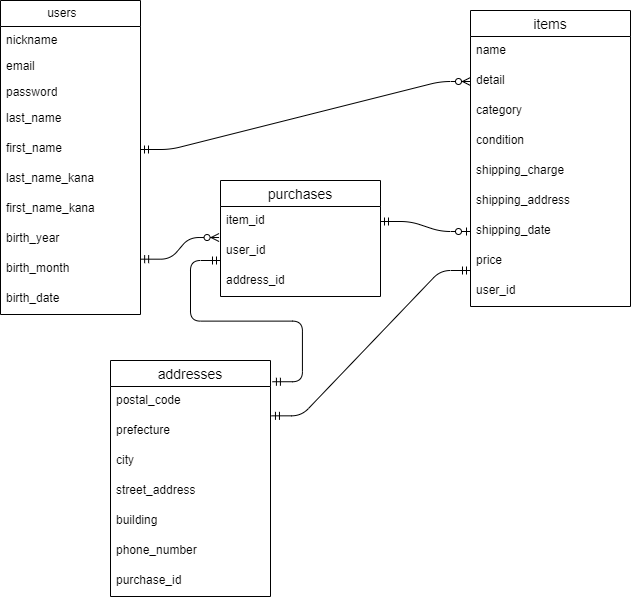
Before: db..drawio.png, a diagram exported from draw.io (Vermouth2004/furima-39449). Source tidied: cells renumbered, new cells last; positions are measured from the earlier drawing's top-left corner, leaving out a move shared by most shapes. The source it was exported from:
```xml
<mxGraphModel>
  <root>
    <mxCell id="0" />
    <mxCell id="1" parent="0" />
    <mxCell id="2" value="&amp;nbsp; &amp;nbsp; &amp;nbsp;users&lt;span style=&quot;white-space: pre;&quot;&gt;&#9;&lt;span style=&quot;white-space: pre;&quot;&gt;&#9;&lt;/span&gt;&lt;/span&gt;" style="swimlane;fontStyle=0;horizontal=1;startSize=26;fillColor=none;html=1;" parent="1" vertex="1">
      <mxGeometry width="140" height="314" as="geometry" />
    </mxCell>
    <mxCell id="3" value="nickname&lt;span style=&quot;white-space: pre;&quot;&gt;&#9;&lt;/span&gt;&lt;span style=&quot;white-space: pre;&quot;&gt;&#9;&lt;/span&gt;&lt;span style=&quot;white-space: pre;&quot;&gt;&#9;&lt;/span&gt;&lt;span style=&quot;white-space: pre;&quot;&gt;&#9;&lt;/span&gt;&lt;span style=&quot;white-space: pre;&quot;&gt;&#9;&lt;/span&gt;" style="text;strokeColor=none;fillColor=none;align=left;verticalAlign=top;spacingLeft=4;spacingRight=4;overflow=hidden;whiteSpace=wrap;html=1;" parent="2" vertex="1">
      <mxGeometry y="26" width="140" height="26" as="geometry" />
    </mxCell>
    <mxCell id="4" value="email" style="text;strokeColor=none;fillColor=none;align=left;verticalAlign=top;spacingLeft=4;spacingRight=4;overflow=hidden;whiteSpace=wrap;html=1;" parent="2" vertex="1">
      <mxGeometry y="52" width="140" height="26" as="geometry" />
    </mxCell>
    <mxCell id="5" value="password" style="text;strokeColor=none;fillColor=none;align=left;verticalAlign=top;spacingLeft=4;spacingRight=4;overflow=hidden;whiteSpace=wrap;html=1;" parent="2" vertex="1">
      <mxGeometry y="78" width="140" height="26" as="geometry" />
    </mxCell>
    <mxCell id="6" value="last_name" style="text;strokeColor=none;fillColor=none;spacingLeft=4;spacingRight=4;overflow=hidden;fontSize=12;" parent="2" vertex="1">
      <mxGeometry y="104" width="140" height="30" as="geometry" />
    </mxCell>
    <mxCell id="7" value="first_name" style="text;strokeColor=none;fillColor=none;spacingLeft=4;spacingRight=4;overflow=hidden;points=[[0,0.5],[1,0.5]];portConstraint=eastwest;fontSize=12;" parent="2" vertex="1">
      <mxGeometry y="134" width="140" height="30" as="geometry" />
    </mxCell>
    <mxCell id="8" value="last_name_kana" style="text;strokeColor=none;fillColor=none;spacingLeft=4;spacingRight=4;overflow=hidden;fontSize=12;" parent="2" vertex="1">
      <mxGeometry y="164" width="140" height="30" as="geometry" />
    </mxCell>
    <mxCell id="9" value="first_name_kana" style="text;strokeColor=none;fillColor=none;spacingLeft=4;spacingRight=4;overflow=hidden;fontSize=12;" parent="2" vertex="1">
      <mxGeometry y="194" width="140" height="30" as="geometry" />
    </mxCell>
    <mxCell id="10" value="birth_year" style="text;strokeColor=none;fillColor=none;spacingLeft=4;spacingRight=4;overflow=hidden;fontSize=12;" parent="2" vertex="1">
      <mxGeometry y="224" width="140" height="30" as="geometry" />
    </mxCell>
    <mxCell id="11" value="birth_month" style="text;strokeColor=none;fillColor=none;spacingLeft=4;spacingRight=4;overflow=hidden;points=[[0,0.5],[1,0.5]];portConstraint=eastwest;fontSize=12;" parent="2" vertex="1">
      <mxGeometry y="254" width="140" height="30" as="geometry" />
    </mxCell>
    <mxCell id="12" value="birth_date" style="text;strokeColor=none;fillColor=none;spacingLeft=4;spacingRight=4;overflow=hidden;fontSize=12;" parent="2" vertex="1">
      <mxGeometry y="284" width="140" height="30" as="geometry" />
    </mxCell>
    <mxCell id="13" value="items" style="swimlane;fontStyle=0;horizontal=1;startSize=26;align=center;fontSize=14;" parent="1" vertex="1">
      <mxGeometry x="470" y="10" width="160" height="296" as="geometry" />
    </mxCell>
    <mxCell id="14" value="name" style="text;strokeColor=none;fillColor=none;spacingLeft=4;spacingRight=4;overflow=hidden;fontSize=12;" parent="13" vertex="1">
      <mxGeometry y="26" width="160" height="30" as="geometry" />
    </mxCell>
    <mxCell id="15" value="detail" style="text;strokeColor=none;fillColor=none;spacingLeft=4;spacingRight=4;overflow=hidden;points=[[0,0.5],[1,0.5]];portConstraint=eastwest;fontSize=12;" parent="13" vertex="1">
      <mxGeometry y="56" width="160" height="30" as="geometry" />
    </mxCell>
    <mxCell id="16" value="category" style="text;strokeColor=none;fillColor=none;spacingLeft=4;spacingRight=4;overflow=hidden;fontSize=12;" parent="13" vertex="1">
      <mxGeometry y="86" width="160" height="30" as="geometry" />
    </mxCell>
    <mxCell id="17" value="condition" style="text;strokeColor=none;fillColor=none;spacingLeft=4;spacingRight=4;overflow=hidden;fontSize=12;" parent="13" vertex="1">
      <mxGeometry y="116" width="160" height="30" as="geometry" />
    </mxCell>
    <mxCell id="18" value="shipping_charge" style="text;strokeColor=none;fillColor=none;spacingLeft=4;spacingRight=4;overflow=hidden;fontSize=12;" parent="13" vertex="1">
      <mxGeometry y="146" width="160" height="30" as="geometry" />
    </mxCell>
    <mxCell id="19" value="shipping_address" style="text;strokeColor=none;fillColor=none;spacingLeft=4;spacingRight=4;overflow=hidden;fontSize=12;" parent="13" vertex="1">
      <mxGeometry y="176" width="160" height="30" as="geometry" />
    </mxCell>
    <mxCell id="20" value="shipping_date                                &#10;&#10;&#10;" style="text;strokeColor=none;fillColor=none;spacingLeft=4;spacingRight=4;overflow=hidden;points=[[0,0.5],[1,0.5]];portConstraint=eastwest;fontSize=12;" parent="13" vertex="1">
      <mxGeometry y="206" width="160" height="30" as="geometry" />
    </mxCell>
    <mxCell id="21" value="price" style="text;strokeColor=none;fillColor=none;spacingLeft=4;spacingRight=4;overflow=hidden;points=[[0,0.5],[1,0.5]];portConstraint=eastwest;fontSize=12;" parent="13" vertex="1">
      <mxGeometry y="236" width="160" height="30" as="geometry" />
    </mxCell>
    <mxCell id="22" value="user_id" style="text;strokeColor=none;fillColor=none;spacingLeft=4;spacingRight=4;overflow=hidden;fontSize=12;" parent="13" vertex="1">
      <mxGeometry y="266" width="160" height="30" as="geometry" />
    </mxCell>
    <mxCell id="23" value="purchases" style="swimlane;fontStyle=0;horizontal=1;startSize=26;align=center;fontSize=14;" parent="1" vertex="1">
      <mxGeometry x="220" y="180" width="160" height="116" as="geometry" />
    </mxCell>
    <mxCell id="24" value="item_id" style="text;strokeColor=none;fillColor=none;spacingLeft=4;spacingRight=4;overflow=hidden;points=[[0,0.5],[1,0.5]];portConstraint=eastwest;fontSize=12;" parent="23" vertex="1">
      <mxGeometry y="26" width="160" height="30" as="geometry" />
    </mxCell>
    <mxCell id="25" value="user_id" style="text;strokeColor=none;fillColor=none;spacingLeft=4;spacingRight=4;overflow=hidden;fontSize=12;" parent="23" vertex="1">
      <mxGeometry y="56" width="160" height="30" as="geometry" />
    </mxCell>
    <mxCell id="26" value="address_id" style="text;strokeColor=none;fillColor=none;spacingLeft=4;spacingRight=4;overflow=hidden;fontSize=12;" parent="23" vertex="1">
      <mxGeometry y="86" width="160" height="30" as="geometry" />
    </mxCell>
    <mxCell id="27" value="addresses" style="swimlane;fontStyle=0;horizontal=1;startSize=26;align=center;fontSize=14;" parent="1" vertex="1">
      <mxGeometry x="110" y="360" width="160" height="236" as="geometry" />
    </mxCell>
    <mxCell id="28" value="postal_code" style="text;strokeColor=none;fillColor=none;spacingLeft=4;spacingRight=4;overflow=hidden;fontSize=12;" parent="27" vertex="1">
      <mxGeometry y="26" width="160" height="30" as="geometry" />
    </mxCell>
    <mxCell id="29" value="prefecture" style="text;strokeColor=none;fillColor=none;spacingLeft=4;spacingRight=4;overflow=hidden;points=[[0,0.5],[1,0.5]];portConstraint=eastwest;fontSize=12;" parent="27" vertex="1">
      <mxGeometry y="56" width="160" height="30" as="geometry" />
    </mxCell>
    <mxCell id="30" value="city" style="text;strokeColor=none;fillColor=none;spacingLeft=4;spacingRight=4;overflow=hidden;fontSize=12;" parent="27" vertex="1">
      <mxGeometry y="86" width="160" height="30" as="geometry" />
    </mxCell>
    <mxCell id="31" value="street_address" style="text;strokeColor=none;fillColor=none;spacingLeft=4;spacingRight=4;overflow=hidden;fontSize=12;" parent="27" vertex="1">
      <mxGeometry y="116" width="160" height="30" as="geometry" />
    </mxCell>
    <mxCell id="32" value="building" style="text;strokeColor=none;fillColor=none;spacingLeft=4;spacingRight=4;overflow=hidden;fontSize=12;" parent="27" vertex="1">
      <mxGeometry y="146" width="160" height="30" as="geometry" />
    </mxCell>
    <mxCell id="33" value="phone_number" style="text;strokeColor=none;fillColor=none;spacingLeft=4;spacingRight=4;overflow=hidden;fontSize=12;" parent="27" vertex="1">
      <mxGeometry y="176" width="160" height="30" as="geometry" />
    </mxCell>
    <mxCell id="34" value="purchase_id" style="text;strokeColor=none;fillColor=none;spacingLeft=4;spacingRight=4;overflow=hidden;fontSize=12;" parent="27" vertex="1">
      <mxGeometry y="206" width="160" height="30" as="geometry" />
    </mxCell>
    <mxCell id="35" style="edgeStyle=entityRelationEdgeStyle;fontSize=12;html=1;endArrow=ERzeroToMany;startArrow=ERmandOne;exitX=1;exitY=0.5;exitDx=0;exitDy=0;entryX=0;entryY=0.5;entryDx=0;entryDy=0;" parent="1" edge="1" source="7" target="15">
      <mxGeometry relative="1" as="geometry" />
    </mxCell>
    <mxCell id="36" style="edgeStyle=entityRelationEdgeStyle;fontSize=12;html=1;endArrow=ERzeroToMany;startArrow=ERmandOne;entryX=-0.009;entryY=1.034;entryDx=0;entryDy=0;entryPerimeter=0;exitX=1.001;exitY=0.156;exitDx=0;exitDy=0;exitPerimeter=0;" parent="1" edge="1" source="11" target="24">
      <mxGeometry relative="1" as="geometry" />
    </mxCell>
    <mxCell id="37" style="edgeStyle=entityRelationEdgeStyle;fontSize=12;html=1;endArrow=ERzeroToOne;startArrow=ERmandOne;exitX=1;exitY=0.5;exitDx=0;exitDy=0;entryX=0;entryY=0.5;entryDx=0;entryDy=0;" parent="1" edge="1" source="24" target="20">
      <mxGeometry relative="1" as="geometry" />
    </mxCell>
    <mxCell id="38" style="edgeStyle=entityRelationEdgeStyle;fontSize=12;html=1;endArrow=ERmandOne;startArrow=ERmandOne;exitX=1.006;exitY=-0.022;exitDx=0;exitDy=0;exitPerimeter=0;entryX=0;entryY=0.8;entryDx=0;entryDy=0;entryPerimeter=0;" parent="1" edge="1" source="29" target="21">
      <mxGeometry relative="1" as="geometry" />
    </mxCell>
    <mxCell id="39" style="edgeStyle=entityRelationEdgeStyle;fontSize=12;html=1;endArrow=ERmandOne;startArrow=ERmandOne;exitX=1.012;exitY=0.09;exitDx=0;exitDy=0;exitPerimeter=0;" parent="1" edge="1" source="27">
      <mxGeometry relative="1" as="geometry">
        <mxPoint x="220" y="260" as="targetPoint" />
      </mxGeometry>
    </mxCell>
  </root>
</mxGraphModel>
```
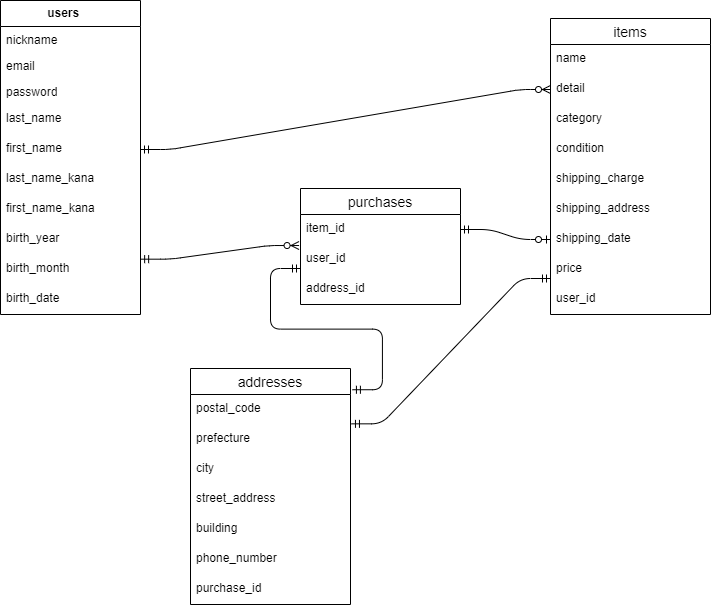
Later version of the same file.

The edit, as a diff of the source:
```diff
@@ -2,8 +2,8 @@
   <root>
     <mxCell id="0" />
     <mxCell id="1" parent="0" />
-    <mxCell id="2" value="&amp;nbsp; &amp;nbsp; &amp;nbsp;users&lt;span style=&quot;white-space: pre;&quot;&gt;&#9;&lt;span style=&quot;white-space: pre;&quot;&gt;&#9;&lt;/span&gt;&lt;/span&gt;" style="swimlane;fontStyle=0;horizontal=1;startSize=26;fillColor=none;html=1;" parent="1" vertex="1">
-      <mxGeometry width="140" height="314" as="geometry" />
+    <mxCell id="2" value="&amp;nbsp; &amp;nbsp; &amp;nbsp;users&lt;span style=&quot;white-space: pre;&quot;&gt;&#9;&lt;span style=&quot;white-space: pre;&quot;&gt;&#9;&lt;/span&gt;&lt;/span&gt;" style="swimlane;fontStyle=1;horizontal=1;startSize=26;fillColor=none;html=1;" parent="1" vertex="1">
+      <mxGeometry x="-80" y="-8" width="140" height="314" as="geometry" />
     </mxCell>
     <mxCell id="3" value="nickname&lt;span style=&quot;white-space: pre;&quot;&gt;&#9;&lt;/span&gt;&lt;span style=&quot;white-space: pre;&quot;&gt;&#9;&lt;/span&gt;&lt;span style=&quot;white-space: pre;&quot;&gt;&#9;&lt;/span&gt;&lt;span style=&quot;white-space: pre;&quot;&gt;&#9;&lt;/span&gt;&lt;span style=&quot;white-space: pre;&quot;&gt;&#9;&lt;/span&gt;" style="text;strokeColor=none;fillColor=none;align=left;verticalAlign=top;spacingLeft=4;spacingRight=4;overflow=hidden;whiteSpace=wrap;html=1;" parent="2" vertex="1">
       <mxGeometry y="26" width="140" height="26" as="geometry" />
```
